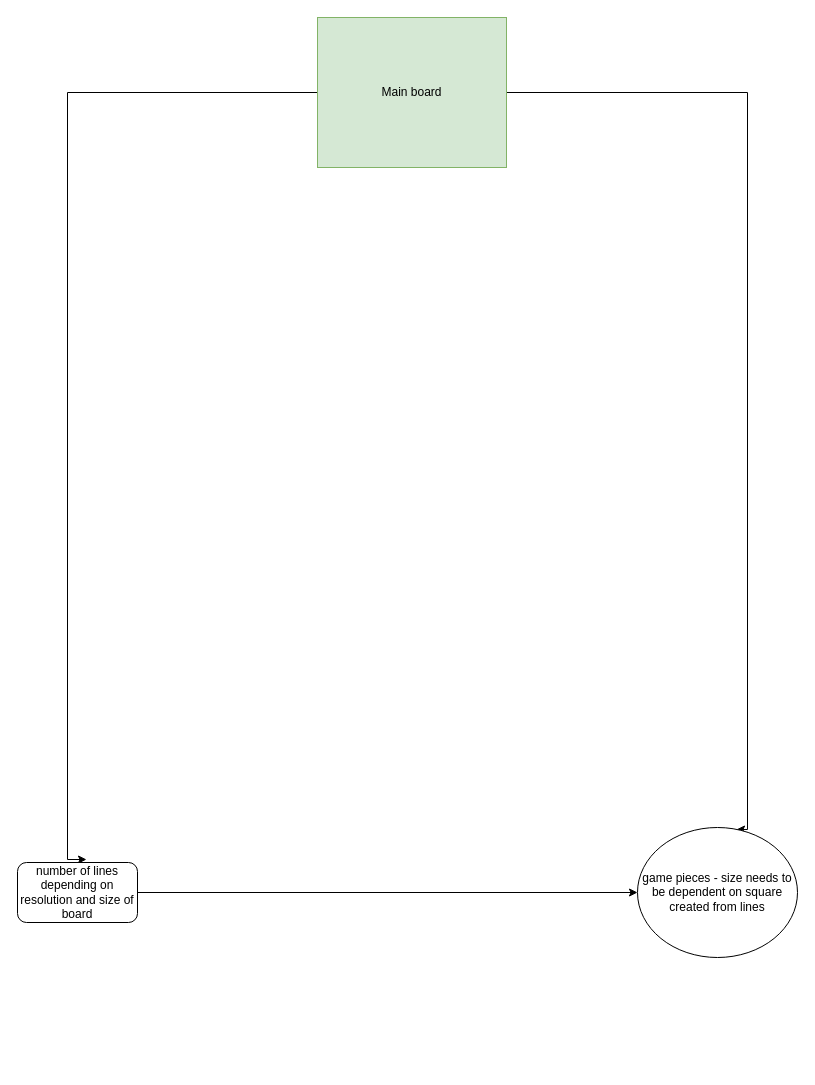
Before: globtroters/Untitled Diagram.drawio in filips750/pipr, a draw.io diagram. Source tidied: cells renumbered, new cells numbered last; positions are measured from the earlier drawing's top-left corner, leaving out a move shared by most shapes. Both pictures are drawn from the tidied source at 100%, with x=0, y=0 at pixel (17, 17).
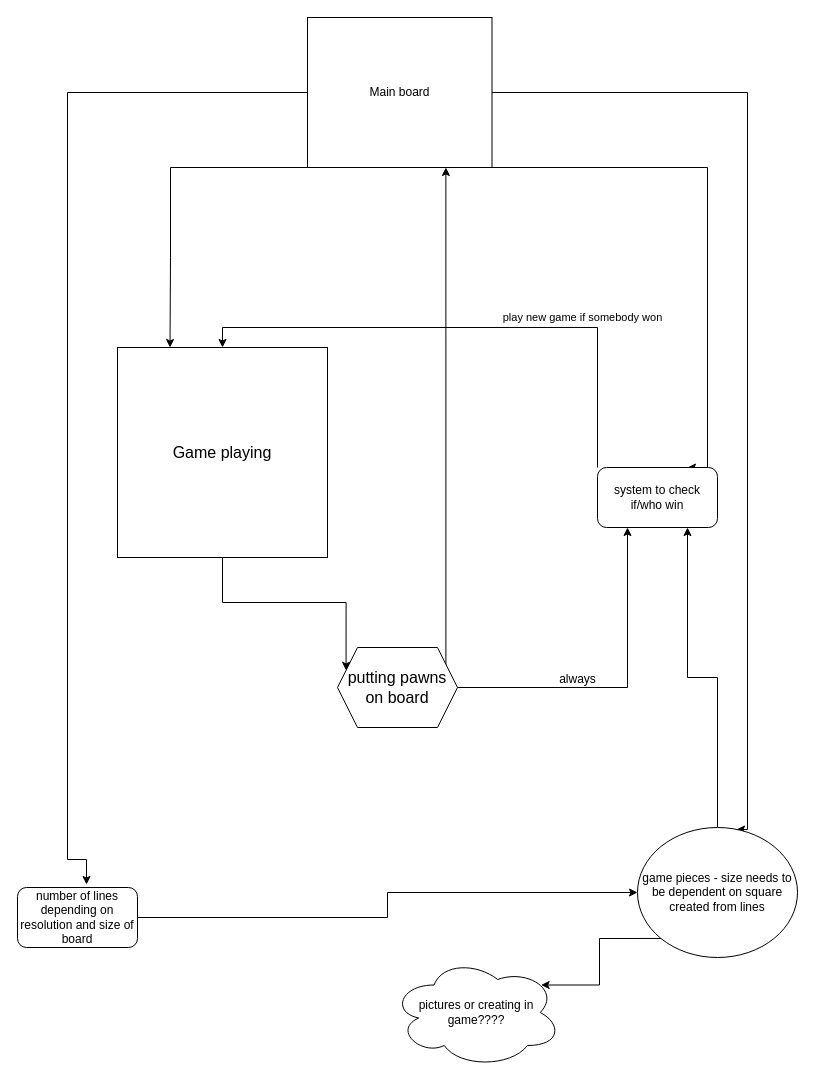
The same diagram, later.

Commit message:
final diagram for now

The change refers to these unchanged cells:
```xml
<mxCell id="7" value="game pieces - size needs to be dependent on square created from lines" style="ellipse;whiteSpace=wrap;html=1;fontFamily=Helvetica;" parent="1" vertex="1">
  <mxGeometry x="620" y="810" width="160" height="130" as="geometry" />
</mxCell>
```

The edit, as a diff of the source:
```diff
@@
+    <mxCell id="8" style="edgeStyle=orthogonalEdgeStyle;rounded=0;jettySize=auto;html=1;exitX=1;exitY=1;exitDx=0;exitDy=0;entryX=0.75;entryY=0;entryDx=0;entryDy=0;fontFamily=Helvetica;" parent="1" edge="1" source="4" target="14">
+      <mxGeometry relative="1" as="geometry">
+        <Array as="points">
+          <mxPoint x="690" y="150" />
+          <mxPoint x="690" y="450" />
+        </Array>
+      </mxGeometry>
+    </mxCell>
+    <mxCell id="9" style="edgeStyle=orthogonalEdgeStyle;rounded=0;jettySize=auto;html=1;exitX=0;exitY=1;exitDx=0;exitDy=0;entryX=0.25;entryY=0;entryDx=0;entryDy=0;fontFamily=Helvetica;fontSize=11;" parent="1" edge="1" source="4" target="16">
+      <mxGeometry relative="1" as="geometry">
+        <Array as="points">
+          <mxPoint x="153" y="150" />
+          <mxPoint x="153" y="240" />
+        </Array>
+      </mxGeometry>
+    </mxCell>
-    <mxCell id="4" value="Main board" style="rounded=0;whiteSpace=wrap;html=1;fillColor=#d5e8d4;strokeColor=#82b366;fontFamily=Helvetica;" parent="1" vertex="1">
-      <mxGeometry x="300" width="189" height="150" as="geometry" />
+    <mxCell id="4" value="Main board" style="rounded=0;whiteSpace=wrap;html=1;fontFamily=Helvetica;" parent="1" vertex="1">
+      <mxGeometry x="290" width="184.5" height="150" as="geometry" />
     </mxCell>
@@
     <mxCell id="6" value="number of lines depending on resolution and size of board" style="rounded=1;whiteSpace=wrap;html=1;fontFamily=Helvetica;" parent="1" vertex="1">
-      <mxGeometry y="845" width="120" height="60" as="geometry" />
+      <mxGeometry y="870" width="120" height="60" as="geometry" />
     </mxCell>
+    <mxCell id="10" style="edgeStyle=orthogonalEdgeStyle;rounded=0;jettySize=auto;html=1;exitX=0;exitY=1;exitDx=0;exitDy=0;entryX=0.88;entryY=0.25;entryDx=0;entryDy=0;entryPerimeter=0;fontFamily=Helvetica;" parent="1" edge="1" source="7" target="12">
+      <mxGeometry relative="1" as="geometry" />
+    </mxCell>
+    <mxCell id="11" style="edgeStyle=orthogonalEdgeStyle;rounded=0;jettySize=auto;html=1;exitX=0.5;exitY=0;exitDx=0;exitDy=0;entryX=0.75;entryY=1;entryDx=0;entryDy=0;fontFamily=Helvetica;" parent="1" edge="1" source="7" target="14">
+      <mxGeometry relative="1" as="geometry" />
+    </mxCell>
@@
+    <mxCell id="12" value="pictures or creating in game????" style="ellipse;shape=cloud;whiteSpace=wrap;html=1;fontFamily=Helvetica;" parent="1" vertex="1">
+      <mxGeometry x="374" y="940" width="170" height="110" as="geometry" />
+    </mxCell>
+    <mxCell id="13" value="play new game if somebody won" style="edgeStyle=orthogonalEdgeStyle;rounded=0;jettySize=auto;html=1;exitX=0;exitY=0;exitDx=0;exitDy=0;entryX=0.5;entryY=0;entryDx=0;entryDy=0;fontFamily=Helvetica;fontSize=11;" parent="1" edge="1" source="14" target="16">
+      <mxGeometry x="-0.42" y="-10" relative="1" as="geometry" />
+    </mxCell>
+    <mxCell id="14" value="system to check if/who win" style="rounded=1;whiteSpace=wrap;html=1;fontFamily=Helvetica;" parent="1" vertex="1">
+      <mxGeometry x="580" y="450" width="120" height="60" as="geometry" />
+    </mxCell>
+    <mxCell id="15" style="edgeStyle=orthogonalEdgeStyle;rounded=0;jettySize=auto;html=1;exitX=0.5;exitY=1;exitDx=0;exitDy=0;entryX=0;entryY=0.25;entryDx=0;entryDy=0;fontFamily=Helvetica;fontSize=16;" parent="1" edge="1" source="16" target="19">
+      <mxGeometry relative="1" as="geometry" />
+    </mxCell>
+    <mxCell id="16" value="Game playing" style="whiteSpace=wrap;html=1;fontFamily=Helvetica;fontSize=16;" parent="1" vertex="1">
+      <mxGeometry x="100" y="330" width="210" height="210" as="geometry" />
+    </mxCell>
+    <mxCell id="17" value="&lt;font style=&quot;font-size: 12px&quot;&gt;always&lt;/font&gt;" style="edgeStyle=orthogonalEdgeStyle;rounded=0;jettySize=auto;html=1;exitX=1;exitY=0.5;exitDx=0;exitDy=0;fontFamily=Helvetica;fontSize=16;entryX=0.25;entryY=1;entryDx=0;entryDy=0;" parent="1" edge="1" source="19" target="14">
+      <mxGeometry x="-0.27" y="10" relative="1" as="geometry" />
+    </mxCell>
+    <mxCell id="18" style="edgeStyle=orthogonalEdgeStyle;rounded=0;jettySize=auto;html=1;exitX=1;exitY=0.25;exitDx=0;exitDy=0;entryX=0.75;entryY=1;entryDx=0;entryDy=0;fontFamily=Helvetica;fontSize=11;" parent="1" edge="1" source="19" target="4">
+      <mxGeometry relative="1" as="geometry">
+        <Array as="points">
+          <mxPoint x="428" y="653" />
+        </Array>
+      </mxGeometry>
+    </mxCell>
+    <mxCell id="19" value="putting pawns on board" style="shape=hexagon;perimeter=hexagonPerimeter2;whiteSpace=wrap;html=1;fixedSize=1;fontFamily=Helvetica;fontSize=16;" parent="1" vertex="1">
+      <mxGeometry x="320" y="630" width="120" height="80" as="geometry" />
+    </mxCell>
```
